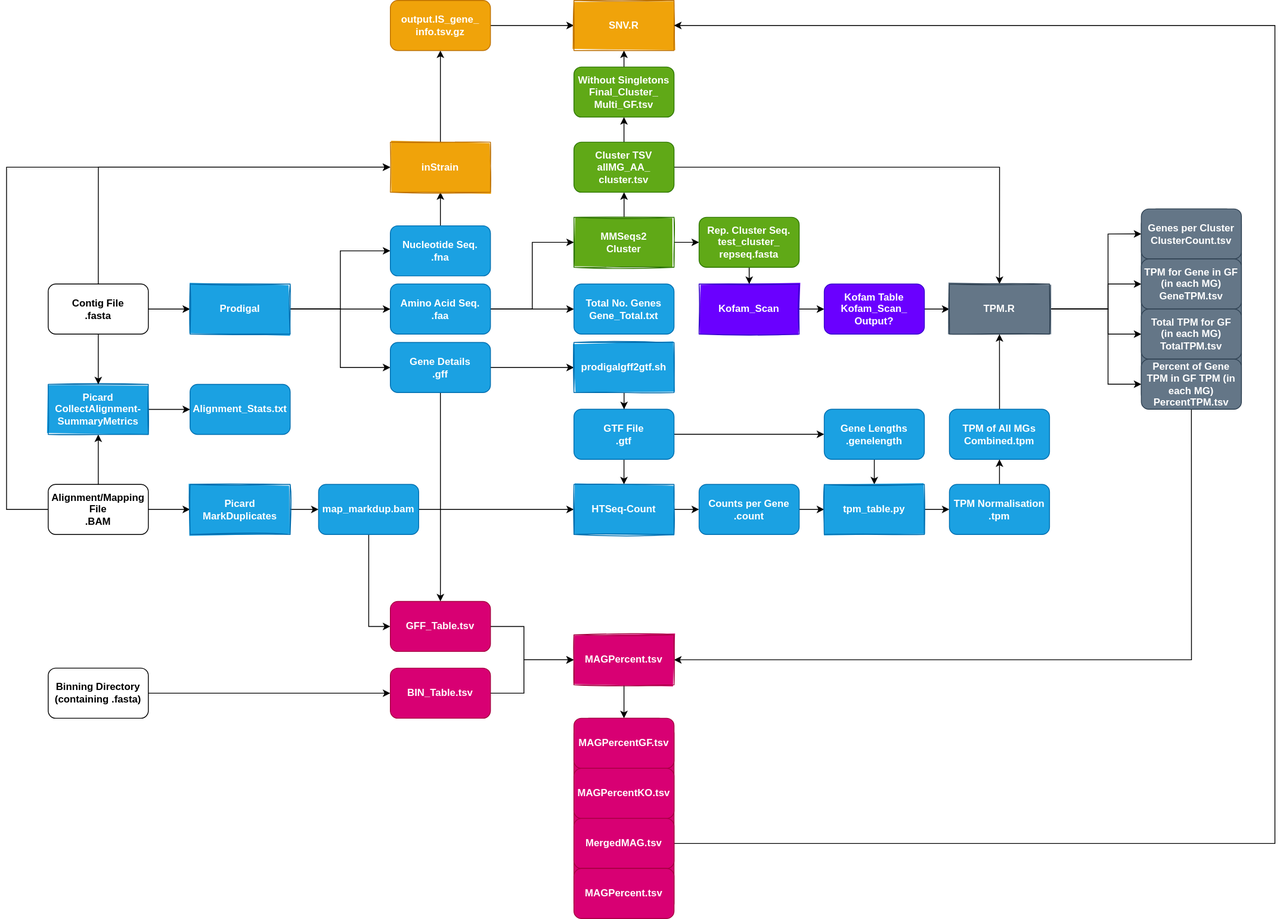
Before: metaMAG.drawio(1).svg, a diagram exported from draw.io (coreykirkland/metaMAG_BETA). Source tidied: cells renumbered, new cells last; positions are measured from the earlier drawing's top-left corner, leaving out a move shared by most shapes.
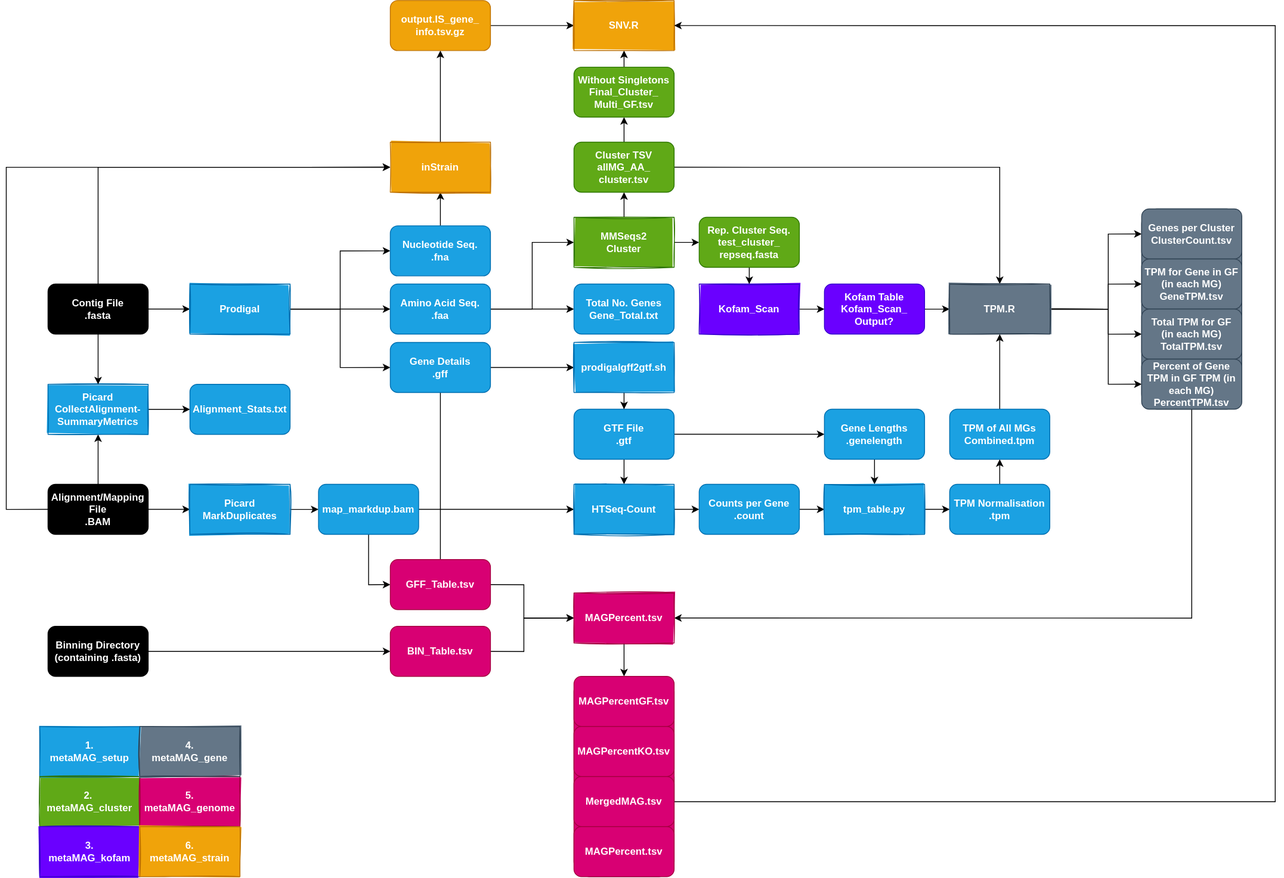
The same diagram one commit later.

The edit, as a diff of the source:
```diff
@@ -16,7 +16,7 @@
     <mxCell id="4" style="edgeStyle=orthogonalEdgeStyle;rounded=0;jettySize=auto;html=1;exitX=1;exitY=0.5;exitDx=0;exitDy=0;entryX=0;entryY=0.5;entryDx=0;entryDy=0;shadow=0;fontStyle=1;" parent="1" edge="1" source="5" target="28">
       <mxGeometry relative="1" as="geometry" />
     </mxCell>
-    <mxCell id="5" value="&lt;div&gt;Alignment/Mapping File&lt;br&gt;&lt;/div&gt;&lt;div&gt;.BAM&lt;/div&gt;" style="rounded=1;whiteSpace=wrap;html=1;sketch=0;shadow=0;fontStyle=1;" parent="1" vertex="1">
+    <mxCell id="5" value="&lt;div&gt;Alignment/Mapping File&lt;br&gt;&lt;/div&gt;&lt;div&gt;.BAM&lt;/div&gt;" style="rounded=1;whiteSpace=wrap;html=1;sketch=0;shadow=0;fontStyle=1;fontColor=#FFFFFF;fillColor=#000000;" parent="1" vertex="1">
       <mxGeometry x="50" y="579.8" width="120" height="60" as="geometry" />
     </mxCell>
     <mxCell id="6" style="edgeStyle=orthogonalEdgeStyle;rounded=0;jettySize=auto;html=1;shadow=0;fontStyle=1;" parent="1" edge="1" source="8" target="14">
@@ -29,14 +29,14 @@
         </Array>
       </mxGeometry>
     </mxCell>
-    <mxCell id="8" value="&lt;div&gt;Contig File&lt;/div&gt;&lt;div&gt;.fasta&lt;br&gt;&lt;/div&gt;" style="rounded=1;whiteSpace=wrap;html=1;gradientColor=none;shadow=0;fontStyle=1;" parent="1" vertex="1">
+    <mxCell id="8" value="&lt;div&gt;Contig File&lt;/div&gt;&lt;div&gt;.fasta&lt;br&gt;&lt;/div&gt;" style="rounded=1;whiteSpace=wrap;html=1;gradientColor=none;shadow=0;fontStyle=1;fillColor=#000000;fontColor=#FFFFFF;" parent="1" vertex="1">
       <mxGeometry x="50" y="339.8" width="120" height="60" as="geometry" />
     </mxCell>
     <mxCell id="9" style="edgeStyle=orthogonalEdgeStyle;rounded=0;jettySize=auto;html=1;exitX=1;exitY=0.5;exitDx=0;exitDy=0;entryX=0;entryY=0.5;entryDx=0;entryDy=0;shadow=0;fontStyle=1;" parent="1" edge="1" source="10" target="70">
       <mxGeometry relative="1" as="geometry" />
     </mxCell>
-    <mxCell id="10" value="&lt;div&gt;Binning Directory&lt;/div&gt;&lt;div&gt;(containing .fasta)&lt;br&gt;&lt;/div&gt;" style="rounded=1;whiteSpace=wrap;html=1;shadow=0;fontStyle=1;" parent="1" vertex="1">
-      <mxGeometry x="50" y="800" width="120" height="60" as="geometry" />
+    <mxCell id="10" value="&lt;div&gt;Binning Directory&lt;/div&gt;&lt;div&gt;(containing .fasta)&lt;br&gt;&lt;/div&gt;" style="rounded=1;whiteSpace=wrap;html=1;shadow=0;fontStyle=1;fillColor=#000000;fontColor=#FFFFFF;" parent="1" vertex="1">
+      <mxGeometry x="50" y="750" width="120" height="60" as="geometry" />
     </mxCell>
     <mxCell id="11" style="edgeStyle=orthogonalEdgeStyle;rounded=0;jettySize=auto;html=1;entryX=0;entryY=0.5;entryDx=0;entryDy=0;shadow=0;fontStyle=1;" parent="1" edge="1" source="14" target="16">
       <mxGeometry relative="1" as="geometry" />
@@ -255,37 +255,37 @@
     <mxCell id="68" style="edgeStyle=orthogonalEdgeStyle;rounded=0;jettySize=auto;html=1;exitX=0.5;exitY=1;exitDx=0;exitDy=0;entryX=1;entryY=0.5;entryDx=0;entryDy=0;shadow=0;fontStyle=1;" parent="1" edge="1" source="86" target="74">
       <mxGeometry relative="1" as="geometry">
         <Array as="points">
-          <mxPoint x="1420" y="790" />
+          <mxPoint x="1420" y="740" />
         </Array>
       </mxGeometry>
     </mxCell>
     <mxCell id="69" style="edgeStyle=orthogonalEdgeStyle;rounded=0;jettySize=auto;html=1;exitX=1;exitY=0.5;exitDx=0;exitDy=0;entryX=0;entryY=0.5;entryDx=0;entryDy=0;fillColor=#e6d0de;strokeColor=#000000;gradientColor=#d5739d;shadow=0;fontStyle=1;" parent="1" edge="1" source="70" target="74">
       <mxGeometry relative="1" as="geometry">
         <Array as="points">
-          <mxPoint x="620" y="830" />
-          <mxPoint x="620" y="790" />
+          <mxPoint x="620" y="780" />
+          <mxPoint x="620" y="740" />
         </Array>
       </mxGeometry>
     </mxCell>
     <mxCell id="70" value="BIN_Table.tsv" style="whiteSpace=wrap;html=1;fillColor=#d80073;strokeColor=#A50040;rounded=1;fontColor=#ffffff;shadow=0;fontStyle=1;" parent="1" vertex="1">
-      <mxGeometry x="460" y="800" width="120" height="60" as="geometry" />
+      <mxGeometry x="460" y="750" width="120" height="60" as="geometry" />
     </mxCell>
     <mxCell id="71" style="edgeStyle=orthogonalEdgeStyle;rounded=0;jettySize=auto;html=1;exitX=1;exitY=0.5;exitDx=0;exitDy=0;entryX=0;entryY=0.5;entryDx=0;entryDy=0;fillColor=#e6d0de;strokeColor=#000000;gradientColor=#d5739d;shadow=0;fontStyle=1;" parent="1" edge="1" source="72" target="74">
       <mxGeometry relative="1" as="geometry">
         <Array as="points">
-          <mxPoint x="620" y="750" />
-          <mxPoint x="620" y="790" />
+          <mxPoint x="620" y="700" />
+          <mxPoint x="620" y="740" />
         </Array>
       </mxGeometry>
     </mxCell>
     <mxCell id="72" value="GFF_Table.tsv" style="rounded=1;whiteSpace=wrap;html=1;fillColor=#d80073;strokeColor=#A50040;fontColor=#ffffff;shadow=0;fontStyle=1;" parent="1" vertex="1">
-      <mxGeometry x="460" y="720" width="120" height="60" as="geometry" />
+      <mxGeometry x="460" y="670" width="120" height="60" as="geometry" />
     </mxCell>
     <mxCell id="73" style="edgeStyle=orthogonalEdgeStyle;rounded=0;jettySize=auto;html=1;exitX=0.5;exitY=1;exitDx=0;exitDy=0;entryX=0.5;entryY=0;entryDx=0;entryDy=0;fillColor=#e6d0de;strokeColor=#000000;gradientColor=#d5739d;shadow=0;fontStyle=1;" parent="1" edge="1" source="74" target="88">
       <mxGeometry relative="1" as="geometry" />
     </mxCell>
     <mxCell id="74" value="MAGPercent.tsv" style="whiteSpace=wrap;html=1;fillColor=#d80073;strokeColor=#A50040;rounded=0;fontStyle=1;fontColor=#ffffff;shadow=0;sketch=1;fillStyle=solid;" parent="1" vertex="1">
-      <mxGeometry x="680" y="760" width="120" height="60" as="geometry" />
+      <mxGeometry x="680" y="710" width="120" height="60" as="geometry" />
     </mxCell>
     <mxCell id="75" style="edgeStyle=orthogonalEdgeStyle;rounded=0;jettySize=auto;html=1;exitX=0.5;exitY=0;exitDx=0;exitDy=0;entryX=0.5;entryY=1;entryDx=0;entryDy=0;shadow=0;fontStyle=1;" parent="1" edge="1" source="76" target="78">
       <mxGeometry relative="1" as="geometry" />
@@ -302,10 +302,11 @@
     <mxCell id="79" value="SNV.R" style="whiteSpace=wrap;html=1;fillColor=#f0a30a;strokeColor=#BD7000;rounded=0;fontStyle=1;fontColor=#FFFFFF;shadow=0;sketch=1;fillStyle=solid;" parent="1" vertex="1">
       <mxGeometry x="680" width="120" height="60" as="geometry" />
     </mxCell>
-    <mxCell id="80" style="edgeStyle=orthogonalEdgeStyle;rounded=0;jettySize=auto;html=1;exitX=1;exitY=0.5;exitDx=0;exitDy=0;entryX=1;entryY=0.5;entryDx=0;entryDy=0;shadow=0;fontStyle=1;" parent="1" edge="1" source="90" target="79">
+    <mxCell id="80" style="edgeStyle=orthogonalEdgeStyle;rounded=0;jettySize=auto;html=1;exitX=1;exitY=0;exitDx=0;exitDy=0;entryX=1;entryY=0.5;entryDx=0;entryDy=0;shadow=0;fontStyle=1;" parent="1" edge="1" source="90" target="79">
       <mxGeometry relative="1" as="geometry">
         <Array as="points">
-          <mxPoint x="1520" y="1010" />
+          <mxPoint x="800" y="960" />
+          <mxPoint x="1520" y="960" />
           <mxPoint x="1520" y="30" />
         </Array>
       </mxGeometry>
@@ -334,7 +335,7 @@
       <mxGeometry y="180" width="120" height="60" as="geometry" />
     </mxCell>
     <mxCell id="87" style="group;fontStyle=1;fillColor=#d80073;strokeColor=#A50040;fontColor=#ffffff;shadow=0;rounded=1;" parent="1" vertex="1">
-      <mxGeometry x="680" y="860" width="120" height="240" as="geometry" />
+      <mxGeometry x="680" y="810" width="120" height="240" as="geometry" />
     </mxCell>
     <mxCell id="88" value="&lt;span class=&quot;pl-c&quot;&gt;MAGPercentGF.tsv&lt;/span&gt;" style="whiteSpace=wrap;html=1;fillColor=#d80073;strokeColor=#A50040;rounded=1;fontStyle=1;fontColor=#ffffff;shadow=0;" parent="87" vertex="1">
       <mxGeometry width="120" height="60" as="geometry" />
@@ -348,5 +349,23 @@
     <mxCell id="91" value="&lt;span class=&quot;pl-c&quot;&gt;MAGPercent.tsv&lt;/span&gt;" style="whiteSpace=wrap;html=1;fillColor=#d80073;strokeColor=#A50040;rounded=1;fontStyle=1;fontColor=#ffffff;shadow=0;" parent="87" vertex="1">
       <mxGeometry y="180" width="120" height="60" as="geometry" />
     </mxCell>
+    <mxCell id="92" value="&lt;span&gt;1. &lt;br&gt;metaMAG_setup&lt;br&gt;&lt;/span&gt;" style="whiteSpace=wrap;html=1;rounded=0;fillColor=#1ba1e2;fontColor=#ffffff;strokeColor=#006EAF;shadow=0;sketch=1;fillStyle=solid;fontStyle=1;" parent="1" vertex="1">
+      <mxGeometry x="40" y="870" width="120" height="60" as="geometry" />
+    </mxCell>
+    <mxCell id="93" value="&lt;div&gt;2.&amp;nbsp;&lt;/div&gt;&lt;div&gt;metaMAG_cluster&lt;/div&gt;" style="whiteSpace=wrap;html=1;fillColor=#60a917;strokeColor=#2D7600;rounded=0;fontStyle=1;fontColor=#ffffff;shadow=0;sketch=1;fillStyle=solid;" parent="1" vertex="1">
+      <mxGeometry x="40" y="930" width="120" height="60" as="geometry" />
+    </mxCell>
+    <mxCell id="94" value="&lt;span&gt;3. &lt;br&gt;metaMAG_kofam&lt;/span&gt;" style="whiteSpace=wrap;html=1;fillColor=#6a00ff;strokeColor=#3700CC;rounded=0;fontStyle=1;fontColor=#ffffff;shadow=0;sketch=1;fillStyle=solid;" parent="1" vertex="1">
+      <mxGeometry x="40" y="990" width="120" height="60" as="geometry" />
+    </mxCell>
+    <mxCell id="95" value="5. metaMAG_genome" style="whiteSpace=wrap;html=1;fillColor=#d80073;strokeColor=#A50040;rounded=0;fontStyle=1;fontColor=#ffffff;shadow=0;sketch=1;fillStyle=solid;" parent="1" vertex="1">
+      <mxGeometry x="160" y="930" width="120" height="60" as="geometry" />
+    </mxCell>
+    <mxCell id="96" value="&lt;span&gt;4. &lt;br&gt;metaMAG_gene&lt;/span&gt;" style="whiteSpace=wrap;html=1;fillColor=#647687;strokeColor=#314354;rounded=0;fontStyle=1;fontColor=#ffffff;shadow=0;sketch=1;fillStyle=solid;" parent="1" vertex="1">
+      <mxGeometry x="160" y="870" width="120" height="60" as="geometry" />
+    </mxCell>
+    <mxCell id="97" value="6.&lt;br&gt;metaMAG_strain" style="whiteSpace=wrap;html=1;fillColor=#f0a30a;strokeColor=#BD7000;rounded=0;fontStyle=1;fontColor=#FFFFFF;shadow=0;sketch=1;fillStyle=solid;glass=0;" parent="1" vertex="1">
+      <mxGeometry x="160" y="990" width="120" height="60" as="geometry" />
+    </mxCell>
   </root>
 </mxGraphModel>
```
